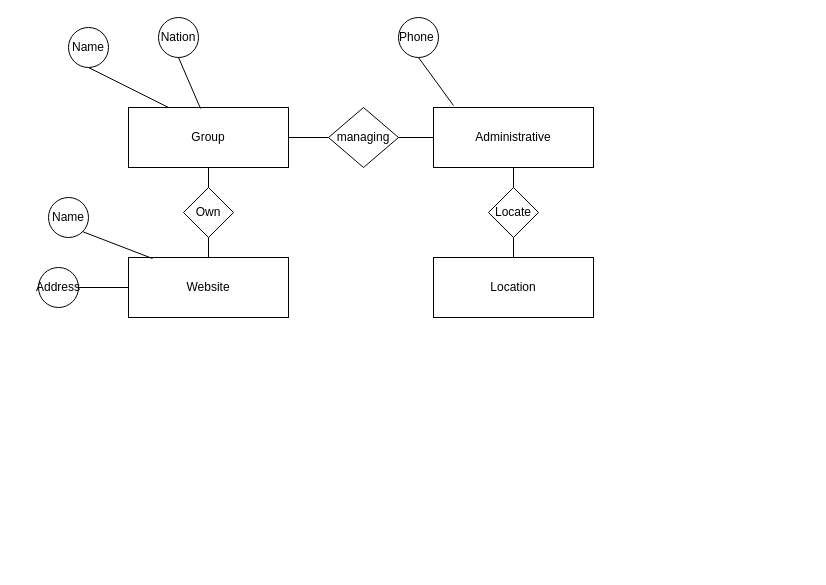
Before: scout_Diagram.drawio in mohsenshahii/database, a draw.io diagram. Source tidied: cells renumbered, new cells numbered last; positions are measured from the earlier drawing's top-left corner, leaving out a move shared by most shapes. Both pictures are drawn from the tidied source at 100%, with x=0, y=0 at pixel (38, 17).
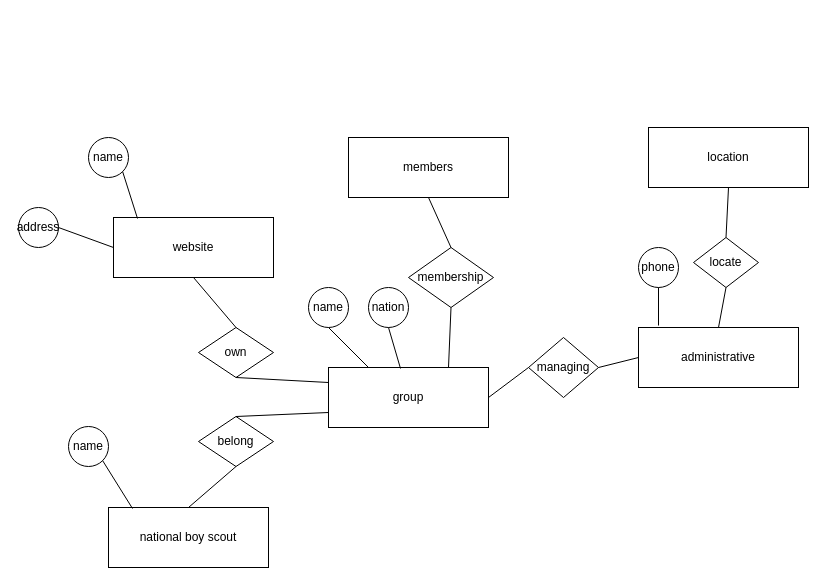
After the change.

Change to the diagram source:
```diff
@@
+    <mxCell id="25" style="edgeStyle=orthogonalEdgeStyle;rounded=0;jettySize=auto;html=1;exitX=0;exitY=0.5;exitDx=0;exitDy=0;exitPerimeter=0;" parent="1" edge="1" source="2">
+      <mxGeometry relative="1" as="geometry">
+        <mxPoint x="290" y="380" as="targetPoint" />
+      </mxGeometry>
+    </mxCell>
-    <mxCell id="2" value="Group" style="rounded=0;whiteSpace=wrap;html=1;" parent="1" vertex="1">
-      <mxGeometry x="90" y="90" width="160" height="60" as="geometry" />
+    <mxCell id="2" value="group" style="rounded=0;whiteSpace=wrap;html=1;" parent="1" vertex="1">
+      <mxGeometry x="290" y="350" width="160" height="60" as="geometry" />
     </mxCell>
-    <mxCell id="3" value="Website" style="rounded=0;whiteSpace=wrap;html=1;" parent="1" vertex="1">
-      <mxGeometry x="90" y="240" width="160" height="60" as="geometry" />
+    <mxCell id="3" value="website" style="rounded=0;whiteSpace=wrap;html=1;" parent="1" vertex="1">
+      <mxGeometry x="75" y="200" width="160" height="60" as="geometry" />
     </mxCell>
-    <mxCell id="4" value="Name" style="ellipse;whiteSpace=wrap;html=1;" parent="1" vertex="1">
-      <mxGeometry x="30" y="10" width="40" height="40" as="geometry" />
+    <mxCell id="4" value="name" style="ellipse;whiteSpace=wrap;html=1;" parent="1" vertex="1">
+      <mxGeometry x="270" y="270" width="40" height="40" as="geometry" />
     </mxCell>
@@
-    <mxCell id="6" value="Own" style="rhombus;whiteSpace=wrap;html=1;" parent="1" vertex="1">
-      <mxGeometry x="145" y="170" width="50" height="50" as="geometry" />
+    <mxCell id="6" value="own" style="rhombus;whiteSpace=wrap;html=1;" parent="1" vertex="1">
+      <mxGeometry x="160" y="310" width="75" height="50" as="geometry" />
     </mxCell>
-    <mxCell id="7" value="Name" style="ellipse;whiteSpace=wrap;html=1;" parent="1" vertex="1">
-      <mxGeometry x="10" y="180" width="40" height="40" as="geometry" />
+    <mxCell id="7" value="name" style="ellipse;whiteSpace=wrap;html=1;" parent="1" vertex="1">
+      <mxGeometry x="50" y="120" width="40" height="40" as="geometry" />
     </mxCell>
@@
-    <mxCell id="9" value="Address" style="ellipse;whiteSpace=wrap;html=1;" parent="1" vertex="1">
-      <mxGeometry y="250" width="40" height="40" as="geometry" />
+    <mxCell id="9" value="address" style="ellipse;whiteSpace=wrap;html=1;" parent="1" vertex="1">
+      <mxGeometry x="-20" y="190" width="40" height="40" as="geometry" />
     </mxCell>
@@
-    <mxCell id="11" value="Administrative" style="rounded=0;whiteSpace=wrap;html=1;" parent="1" vertex="1">
-      <mxGeometry x="395" y="90" width="160" height="60" as="geometry" />
+    <mxCell id="11" value="administrative" style="rounded=0;whiteSpace=wrap;html=1;" parent="1" vertex="1">
+      <mxGeometry x="600" y="310" width="160" height="60" as="geometry" />
     </mxCell>
     <mxCell id="12" value="managing" style="rhombus;whiteSpace=wrap;html=1;" parent="1" vertex="1">
-      <mxGeometry x="290" y="90" width="70" height="60" as="geometry" />
+      <mxGeometry x="490" y="320" width="70" height="60" as="geometry" />
     </mxCell>
@@
-    <mxCell id="14" style="endArrow=none;html=1;rounded=0;entryX=0;entryY=0.5;entryDx=0;entryDy=0;" parent="1" edge="1" target="11">
-      <mxGeometry relative="1" as="geometry">
-        <mxPoint x="360" y="120" as="sourcePoint" />
-      </mxGeometry>
+    <mxCell id="14" style="endArrow=none;html=1;rounded=0;entryX=0;entryY=0.5;entryDx=0;entryDy=0;exitX=1;exitY=0.5;exitDx=0;exitDy=0;" parent="1" edge="1" source="12" target="11">
+      <mxGeometry relative="1" as="geometry" />
     </mxCell>
-    <mxCell id="15" style="endArrow=none;html=1;rounded=0;entryX=0.5;entryY=1;entryDx=0;entryDy=0;exitX=0.5;exitY=0;exitDx=0;exitDy=0;" parent="1" edge="1" source="6" target="2">
+    <mxCell id="15" style="endArrow=none;html=1;rounded=0;exitX=0.5;exitY=1;exitDx=0;exitDy=0;entryX=0;entryY=0.25;entryDx=0;entryDy=0;" parent="1" edge="1" source="6" target="2">
       <mxGeometry relative="1" as="geometry" />
     </mxCell>
-    <mxCell id="16" style="endArrow=none;html=1;rounded=0;exitX=0.5;exitY=0;exitDx=0;exitDy=0;entryX=0.5;entryY=1;entryDx=0;entryDy=0;" parent="1" edge="1" source="3" target="6">
+    <mxCell id="16" style="endArrow=none;html=1;rounded=0;exitX=0.5;exitY=1;exitDx=0;exitDy=0;entryX=0.5;entryY=0;entryDx=0;entryDy=0;" parent="1" edge="1" source="3" target="6">
       <mxGeometry relative="1" as="geometry" />
     </mxCell>
-    <mxCell id="17" value="Phone&amp;nbsp;" style="ellipse;whiteSpace=wrap;html=1;" parent="1" vertex="1">
-      <mxGeometry x="360" width="40" height="40" as="geometry" />
+    <mxCell id="17" value="phone" style="ellipse;whiteSpace=wrap;html=1;" parent="1" vertex="1">
+      <mxGeometry x="600" y="230" width="40" height="40" as="geometry" />
     </mxCell>
@@
-    <mxCell id="19" value="Location" style="rounded=0;whiteSpace=wrap;html=1;" parent="1" vertex="1">
-      <mxGeometry x="395" y="240" width="160" height="60" as="geometry" />
+    <mxCell id="19" value="location" style="rounded=0;whiteSpace=wrap;html=1;" parent="1" vertex="1">
+      <mxGeometry x="610" y="110" width="160" height="60" as="geometry" />
     </mxCell>
-    <mxCell id="20" value="Locate" style="rhombus;whiteSpace=wrap;html=1;" parent="1" vertex="1">
-      <mxGeometry x="450" y="170" width="50" height="50" as="geometry" />
+    <mxCell id="20" value="locate" style="rhombus;whiteSpace=wrap;html=1;" parent="1" vertex="1">
+      <mxGeometry x="655" y="220" width="65" height="50" as="geometry" />
     </mxCell>
-    <mxCell id="21" style="endArrow=none;html=1;rounded=0;exitX=0.5;exitY=0;exitDx=0;exitDy=0;entryX=0.5;entryY=1;entryDx=0;entryDy=0;" parent="1" edge="1" source="20" target="11">
+    <mxCell id="21" style="endArrow=none;html=1;rounded=0;exitX=0.5;exitY=1;exitDx=0;exitDy=0;entryX=0.5;entryY=0;entryDx=0;entryDy=0;" parent="1" edge="1" source="20" target="11">
       <mxGeometry relative="1" as="geometry" />
     </mxCell>
-    <mxCell id="22" style="endArrow=none;html=1;rounded=0;entryX=0.5;entryY=1;entryDx=0;entryDy=0;exitX=0.5;exitY=0;exitDx=0;exitDy=0;" parent="1" edge="1" source="19" target="20">
+    <mxCell id="22" style="endArrow=none;html=1;rounded=0;entryX=0.5;entryY=0;entryDx=0;entryDy=0;exitX=0.5;exitY=1;exitDx=0;exitDy=0;" parent="1" edge="1" source="19" target="20">
       <mxGeometry relative="1" as="geometry" />
     </mxCell>
-    <mxCell id="23" value="Nation" style="ellipse;whiteSpace=wrap;html=1;" parent="1" vertex="1">
-      <mxGeometry x="120" width="40" height="40" as="geometry" />
+    <mxCell id="23" value="nation" style="ellipse;whiteSpace=wrap;html=1;" parent="1" vertex="1">
+      <mxGeometry x="330" y="270" width="40" height="40" as="geometry" />
     </mxCell>
@@
+    <mxCell id="26" value="national boy scout" style="rounded=0;whiteSpace=wrap;html=1;" parent="1" vertex="1">
+      <mxGeometry x="70" y="490" width="160" height="60" as="geometry" />
+    </mxCell>
+    <mxCell id="27" value="belong" style="rhombus;whiteSpace=wrap;html=1;" parent="1" vertex="1">
+      <mxGeometry x="160" y="399" width="75" height="50" as="geometry" />
+    </mxCell>
+    <mxCell id="28" style="endArrow=none;html=1;rounded=0;entryX=0;entryY=0.75;entryDx=0;entryDy=0;exitX=0.5;exitY=0;exitDx=0;exitDy=0;" parent="1" edge="1" source="27" target="2">
+      <mxGeometry relative="1" as="geometry" />
+    </mxCell>
+    <mxCell id="29" style="endArrow=none;html=1;rounded=0;exitX=0.5;exitY=0;exitDx=0;exitDy=0;entryX=0.5;entryY=1;entryDx=0;entryDy=0;" parent="1" edge="1" source="26" target="27">
+      <mxGeometry relative="1" as="geometry" />
+    </mxCell>
+    <mxCell id="30" value="name" style="ellipse;whiteSpace=wrap;html=1;" parent="1" vertex="1">
+      <mxGeometry x="30" y="409" width="40" height="40" as="geometry" />
+    </mxCell>
+    <mxCell id="31" style="endArrow=none;html=1;rounded=0;entryX=1;entryY=1;entryDx=0;entryDy=0;exitX=0.15;exitY=0.017;exitDx=0;exitDy=0;exitPerimeter=0;" parent="1" edge="1" source="26" target="30">
+      <mxGeometry relative="1" as="geometry" />
+    </mxCell>
+    <mxCell id="32" value="members" style="rounded=0;whiteSpace=wrap;html=1;" parent="1" vertex="1">
+      <mxGeometry x="310" y="120" width="160" height="60" as="geometry" />
+    </mxCell>
+    <mxCell id="33" value="membership" style="rhombus;whiteSpace=wrap;html=1;" parent="1" vertex="1">
+      <mxGeometry x="370" y="230" width="85" height="60" as="geometry" />
+    </mxCell>
+    <mxCell id="34" style="endArrow=none;html=1;rounded=0;entryX=0.5;entryY=1;entryDx=0;entryDy=0;exitX=0.75;exitY=0;exitDx=0;exitDy=0;" parent="1" edge="1" source="2" target="33">
+      <mxGeometry relative="1" as="geometry" />
+    </mxCell>
+    <mxCell id="35" style="endArrow=none;html=1;rounded=0;entryX=0.5;entryY=1;entryDx=0;entryDy=0;exitX=0.5;exitY=0;exitDx=0;exitDy=0;" parent="1" edge="1" source="33" target="32">
+      <mxGeometry relative="1" as="geometry" />
+    </mxCell>
```
